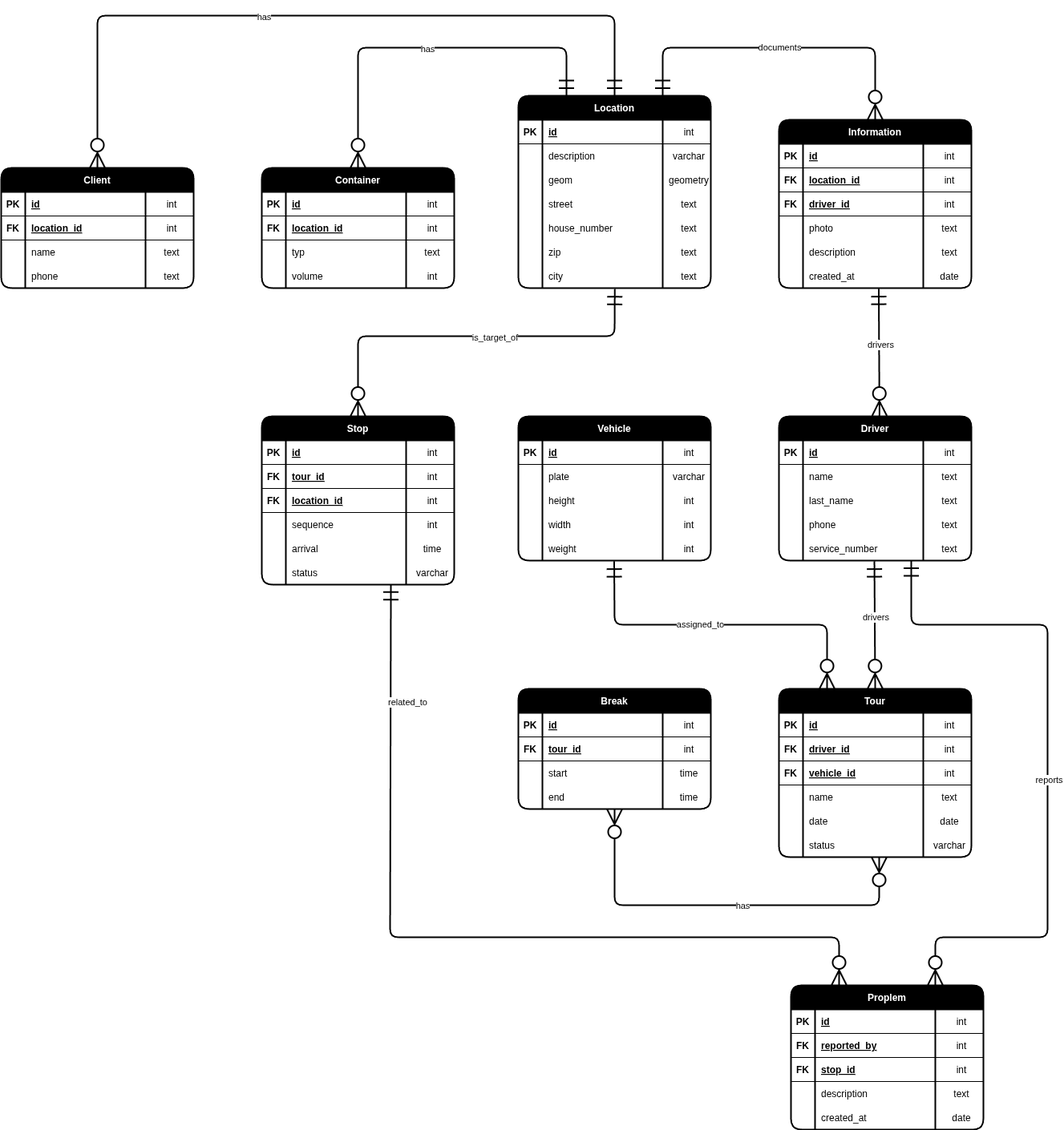
This is docs/database/erd.drawio.png from gabrielbindi/VoBi-Tour, a draw.io export, as it was before one commit. Source tidied: cells renumbered, new cells last; positions are measured from the earlier drawing's top-left corner, leaving out a move shared by most shapes.
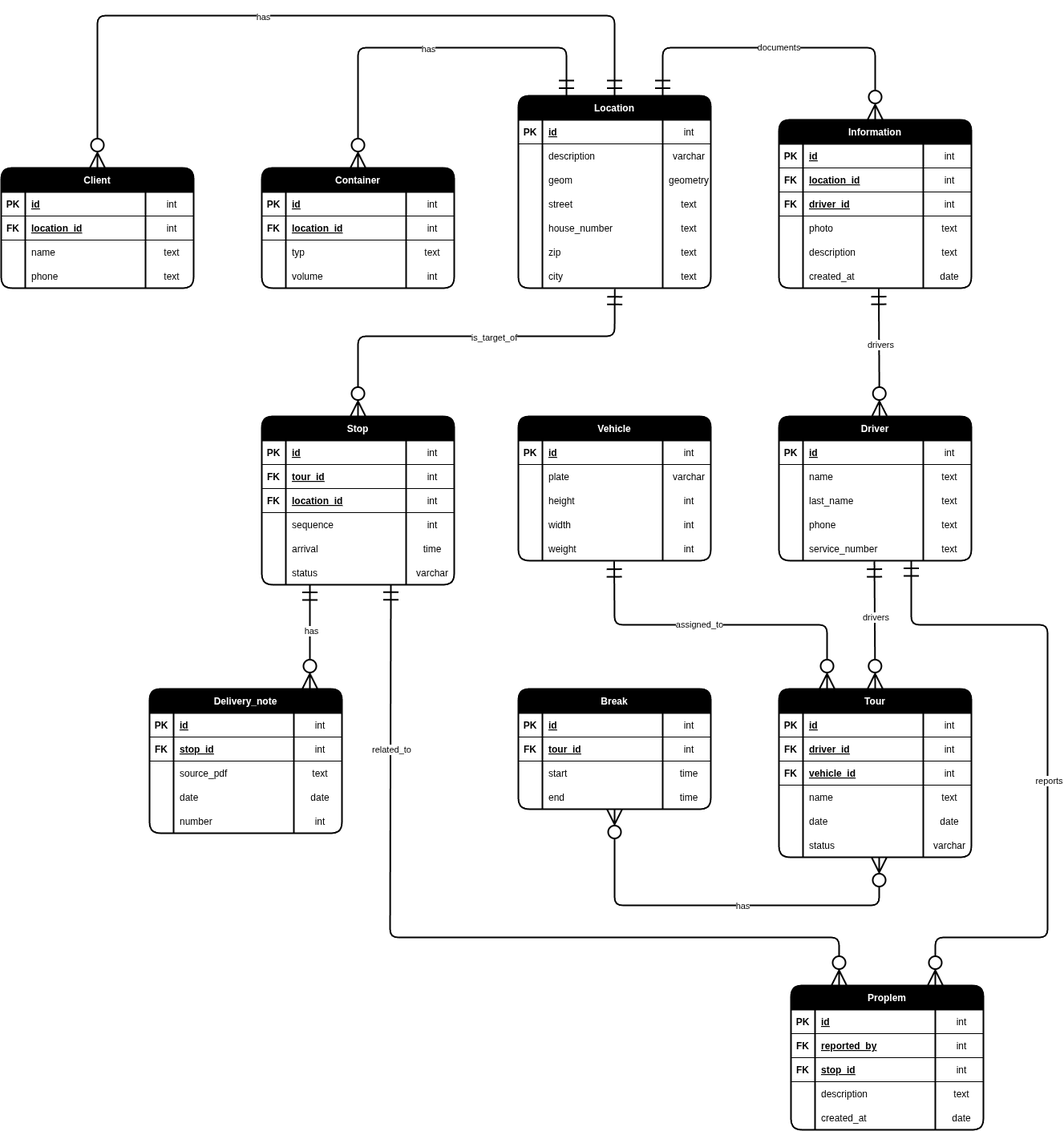
Later version of the same file.

Commit message:
#19 Delivery Note added one to many

What changed in the source:
```diff
@@ -774,8 +774,80 @@
     </mxCell>
     <mxCell id="239" value="related_to" style="edgeLabel;html=1;align=center;verticalAlign=middle;" parent="238" vertex="1">
       <mxGeometry x="-0.13" y="1" relative="1" as="geometry">
-        <mxPoint y="-293" as="offset" />
+        <mxPoint x="-22" y="-234" as="offset" />
       </mxGeometry>
     </mxCell>
+    <mxCell id="240" value="Delivery_note" style="shape=table;startSize=30;rowLines=0;fontStyle=1;align=center;swimlaneFillColor=none;fillColor=#000000;fontColor=#FFFFFF;strokeWidth=2;rounded=1;" parent="1" vertex="1">
+      <mxGeometry x="185" y="840" width="240" height="180" as="geometry" />
+    </mxCell>
+    <mxCell id="241" style="shape=tableRow;horizontal=0;startSize=0;swimlaneHead=0;swimlaneBody=0;fillColor=none;top=0;left=0;right=0;bottom=1;" parent="240" vertex="1">
+      <mxGeometry y="30" width="240" height="30" as="geometry" />
+    </mxCell>
+    <mxCell id="242" value="PK" style="shape=partialRectangle;fillColor=none;top=0;left=0;bottom=0;right=0;fontStyle=1;overflow=hidden;" parent="241" vertex="1">
+      <mxGeometry width="30" height="30" as="geometry" />
+    </mxCell>
+    <mxCell id="243" value="id" style="shape=partialRectangle;fillColor=none;top=0;left=0;bottom=0;right=0;align=left;spacingLeft=6;fontStyle=5;overflow=hidden;" parent="241" vertex="1">
+      <mxGeometry x="30" width="150" height="30" as="geometry" />
+    </mxCell>
+    <mxCell id="244" value="int" style="shape=partialRectangle;fillColor=none;top=0;left=0;bottom=0;right=0;align=center;spacingLeft=6;fontStyle=0;overflow=hidden;" parent="241" vertex="1">
+      <mxGeometry x="180" width="60" height="30" as="geometry" />
+    </mxCell>
+    <mxCell id="245" style="shape=tableRow;horizontal=0;startSize=0;swimlaneHead=0;swimlaneBody=0;fillColor=none;top=0;left=0;right=0;bottom=1;" parent="240" vertex="1">
+      <mxGeometry y="60" width="240" height="30" as="geometry" />
+    </mxCell>
+    <mxCell id="246" value="FK" style="shape=partialRectangle;fillColor=none;top=0;left=0;bottom=0;right=0;fontStyle=1;overflow=hidden;" parent="245" vertex="1">
+      <mxGeometry width="30" height="30" as="geometry" />
+    </mxCell>
+    <mxCell id="247" value="stop_id" style="shape=partialRectangle;fillColor=none;top=0;left=0;bottom=0;right=0;align=left;spacingLeft=6;fontStyle=5;overflow=hidden;" parent="245" vertex="1">
+      <mxGeometry x="30" width="150" height="30" as="geometry" />
+    </mxCell>
+    <mxCell id="248" value="int" style="shape=partialRectangle;fillColor=none;top=0;left=0;bottom=0;right=0;align=center;spacingLeft=6;fontStyle=0;overflow=hidden;" parent="245" vertex="1">
+      <mxGeometry x="180" width="60" height="30" as="geometry" />
+    </mxCell>
+    <mxCell id="249" style="shape=tableRow;horizontal=0;startSize=0;swimlaneHead=0;swimlaneBody=0;fillColor=none;top=0;left=0;right=0;bottom=0;" parent="240" vertex="1">
+      <mxGeometry y="90" width="240" height="30" as="geometry" />
+    </mxCell>
+    <mxCell id="250" style="shape=partialRectangle;fillColor=none;top=0;left=0;bottom=0;right=0;overflow=hidden;" parent="249" vertex="1">
+      <mxGeometry width="30" height="30" as="geometry" />
+    </mxCell>
+    <mxCell id="251" value="source_pdf" style="shape=partialRectangle;fillColor=none;top=0;left=0;bottom=0;right=0;align=left;spacingLeft=6;overflow=hidden;" parent="249" vertex="1">
+      <mxGeometry x="30" width="150" height="30" as="geometry" />
+    </mxCell>
+    <mxCell id="252" value="text" style="shape=partialRectangle;fillColor=none;top=0;left=0;bottom=0;right=0;align=center;spacingLeft=6;overflow=hidden;" parent="249" vertex="1">
+      <mxGeometry x="180" width="60" height="30" as="geometry" />
+    </mxCell>
+    <mxCell id="253" style="shape=tableRow;horizontal=0;startSize=0;swimlaneHead=0;swimlaneBody=0;fillColor=none;top=0;left=0;right=0;bottom=0;" parent="240" vertex="1">
+      <mxGeometry y="120" width="240" height="30" as="geometry" />
+    </mxCell>
+    <mxCell id="254" style="shape=partialRectangle;fillColor=none;top=0;left=0;bottom=0;right=0;overflow=hidden;" parent="253" vertex="1">
+      <mxGeometry width="30" height="30" as="geometry" />
+    </mxCell>
+    <mxCell id="255" value="date" style="shape=partialRectangle;fillColor=none;top=0;left=0;bottom=0;right=0;align=left;spacingLeft=6;overflow=hidden;" parent="253" vertex="1">
+      <mxGeometry x="30" width="150" height="30" as="geometry" />
+    </mxCell>
+    <mxCell id="256" value="date" style="shape=partialRectangle;fillColor=none;top=0;left=0;bottom=0;right=0;align=center;spacingLeft=6;overflow=hidden;" parent="253" vertex="1">
+      <mxGeometry x="180" width="60" height="30" as="geometry" />
+    </mxCell>
+    <mxCell id="257" style="shape=tableRow;horizontal=0;startSize=0;swimlaneHead=0;swimlaneBody=0;fillColor=none;top=0;left=0;right=0;bottom=0;" parent="240" vertex="1">
+      <mxGeometry y="150" width="240" height="30" as="geometry" />
+    </mxCell>
+    <mxCell id="258" style="shape=partialRectangle;fillColor=none;top=0;left=0;bottom=0;right=0;overflow=hidden;" parent="257" vertex="1">
+      <mxGeometry width="30" height="30" as="geometry" />
+    </mxCell>
+    <mxCell id="259" value="number" style="shape=partialRectangle;fillColor=none;top=0;left=0;bottom=0;right=0;align=left;spacingLeft=6;overflow=hidden;" parent="257" vertex="1">
+      <mxGeometry x="30" width="150" height="30" as="geometry" />
+    </mxCell>
+    <mxCell id="260" value="int" style="shape=partialRectangle;fillColor=none;top=0;left=0;bottom=0;right=0;align=center;spacingLeft=6;overflow=hidden;" parent="257" vertex="1">
+      <mxGeometry x="180" width="60" height="30" as="geometry" />
+    </mxCell>
+    <mxCell id="261" style="fontSize=12;html=1;endArrow=ERzeroToMany;startArrow=ERmandOne;endSize=16;startSize=16;targetPerimeterSpacing=0;strokeWidth=2;exitX=0.496;exitY=1.037;exitDx=0;exitDy=0;exitPerimeter=0;" parent="1" edge="1">
+      <mxGeometry relative="1" as="geometry">
+        <mxPoint x="385" y="710" as="sourcePoint" />
+        <mxPoint x="385" y="840" as="targetPoint" />
+      </mxGeometry>
+    </mxCell>
+    <mxCell id="262" value="has" style="edgeLabel;html=1;align=center;verticalAlign=middle;" parent="261" vertex="1">
+      <mxGeometry x="-0.13" y="1" relative="1" as="geometry" />
+    </mxCell>
   </root>
 </mxGraphModel>
```
